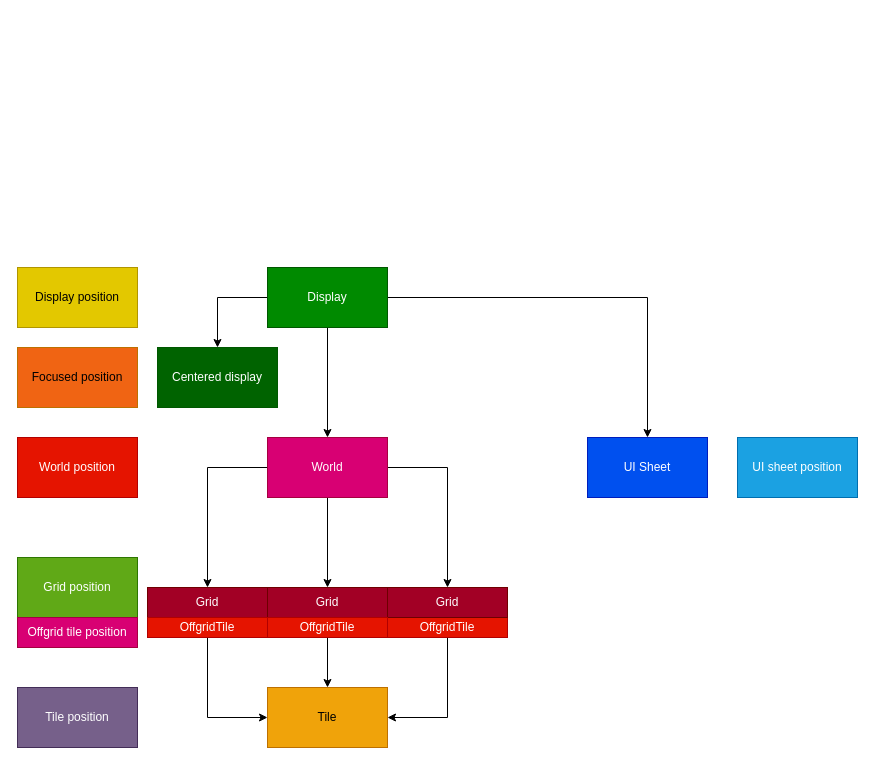
Before: scripts/AssetClasses/Tilemap/spaces.drawio in Tucan444/-MARKUS-, a draw.io diagram. Source tidied: cells renumbered, new cells numbered last; positions are measured from the earlier drawing's top-left corner, leaving out a move shared by most shapes. Both pictures are drawn from the tidied source at 100%, with x=0, y=0 at pixel (17, 267).
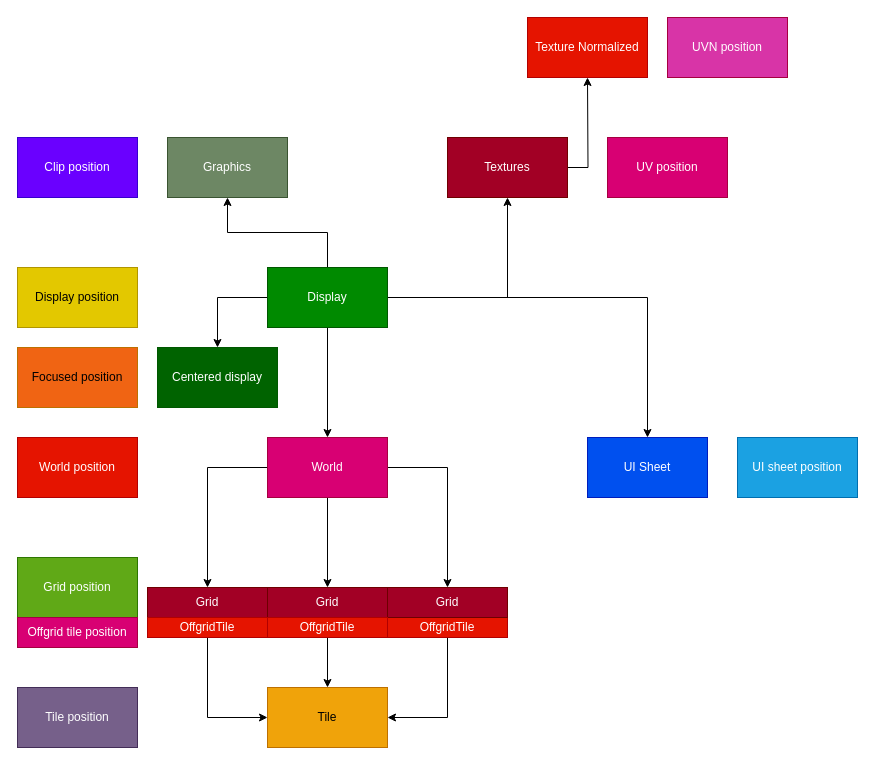
The same diagram, later.

Unchanged cells that the change refers to:
```xml
<mxCell id="5" value="Display" style="rounded=0;whiteSpace=wrap;html=1;fillColor=#008a00;strokeColor=#005700;fontColor=#ffffff;" parent="1" vertex="1">
  <mxGeometry x="250" width="120" height="60" as="geometry" />
</mxCell>
```

The edit, as a diff of the source:
```diff
@@
+    <mxCell id="29" style="edgeStyle=orthogonalEdgeStyle;rounded=0;jettySize=auto;html=1;entryX=0.5;entryY=1;entryDx=0;entryDy=0;" parent="1" edge="1" source="5" target="31">
+      <mxGeometry relative="1" as="geometry" />
+    </mxCell>
+    <mxCell id="30" style="edgeStyle=orthogonalEdgeStyle;rounded=0;jettySize=auto;html=1;entryX=0.5;entryY=1;entryDx=0;entryDy=0;" parent="1" edge="1" source="5" target="35">
+      <mxGeometry relative="1" as="geometry" />
+    </mxCell>
@@
+    <mxCell id="31" value="Graphics" style="rounded=0;whiteSpace=wrap;html=1;fillColor=#6d8764;fontColor=#ffffff;strokeColor=#3A5431;" parent="1" vertex="1">
+      <mxGeometry x="150" y="-130" width="120" height="60" as="geometry" />
+    </mxCell>
+    <mxCell id="32" value="UV position" style="rounded=0;whiteSpace=wrap;html=1;fillColor=#d80073;fontColor=#ffffff;strokeColor=#A50040;" parent="1" vertex="1">
+      <mxGeometry x="590" y="-130" width="120" height="60" as="geometry" />
+    </mxCell>
+    <mxCell id="33" value="Clip position" style="rounded=0;whiteSpace=wrap;html=1;fillColor=#6a00ff;fontColor=#ffffff;strokeColor=#3700CC;" parent="1" vertex="1">
+      <mxGeometry y="-130" width="120" height="60" as="geometry" />
+    </mxCell>
+    <mxCell id="34" style="edgeStyle=orthogonalEdgeStyle;rounded=0;jettySize=auto;html=1;" parent="1" edge="1" source="35">
+      <mxGeometry relative="1" as="geometry">
+        <mxPoint x="570" y="-190" as="targetPoint" />
+      </mxGeometry>
+    </mxCell>
+    <mxCell id="35" value="Textures" style="rounded=0;whiteSpace=wrap;html=1;fillColor=#a20025;fontColor=#ffffff;strokeColor=#6F0000;" parent="1" vertex="1">
+      <mxGeometry x="430" y="-130" width="120" height="60" as="geometry" />
+    </mxCell>
+    <mxCell id="36" value="Texture Normalized" style="rounded=0;whiteSpace=wrap;html=1;fillColor=#e51400;fontColor=#ffffff;strokeColor=#B20000;" parent="1" vertex="1">
+      <mxGeometry x="510" y="-250" width="120" height="60" as="geometry" />
+    </mxCell>
+    <mxCell id="37" value="UVN position" style="rounded=0;whiteSpace=wrap;html=1;fillColor=#D834A7;fontColor=#ffffff;strokeColor=#A50040;" parent="1" vertex="1">
+      <mxGeometry x="650" y="-250" width="120" height="60" as="geometry" />
+    </mxCell>
```
